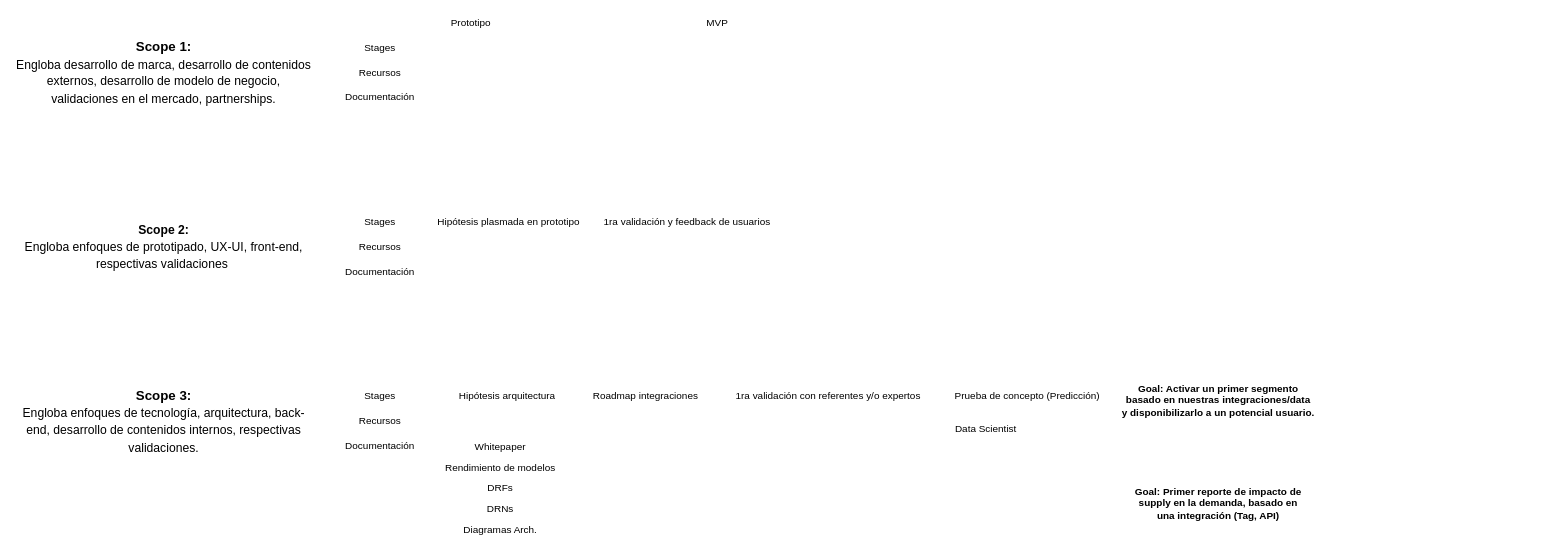
Above: Untitled Diagram.drawio in KidsCorp/KC-ProductDev (draw.io), before the change. Source tidied: cells renumbered, new cells numbered last; positions are measured from the earlier drawing's top-left corner, leaving out a move shared by most shapes. Both pictures are drawn from the tidied source at 83%, with x=0, y=0 at pixel (14, 14).
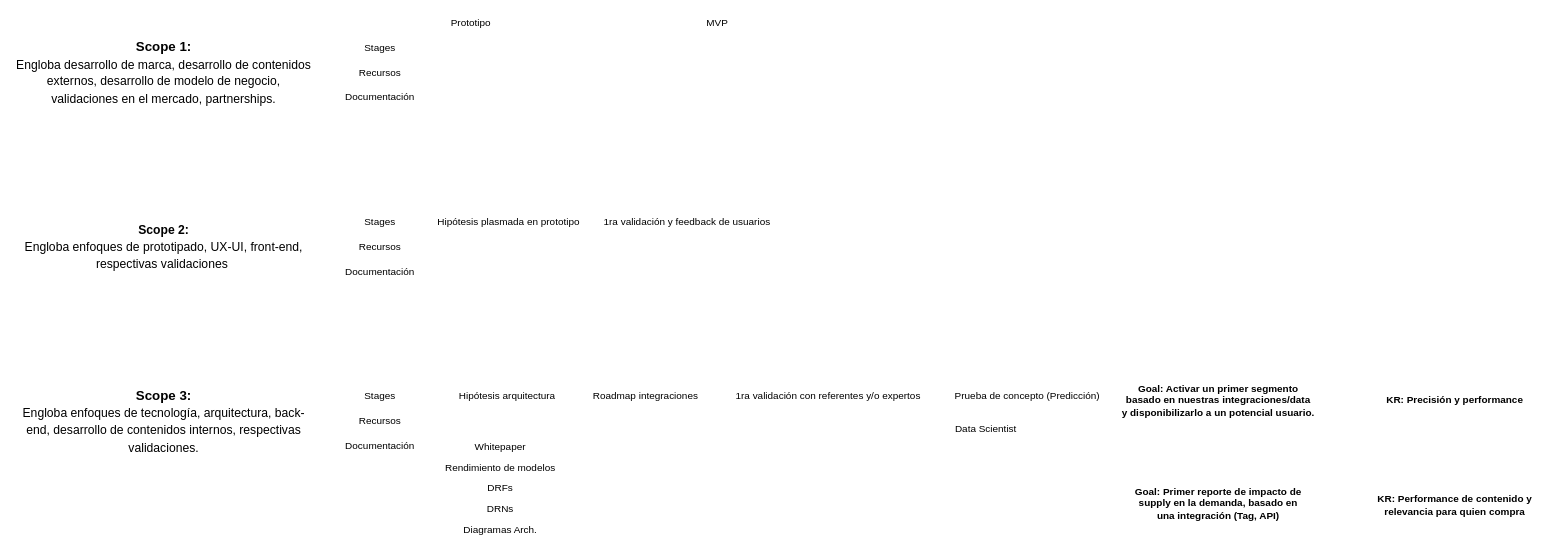
After the change.

Change to the diagram source:
```diff
@@
+    <mxCell id="30" value="&lt;b&gt;KR: Precisión y performance&lt;/b&gt;" style="text;html=1;align=center;verticalAlign=middle;strokeColor=none;" parent="1" vertex="1">
+      <mxGeometry x="1645" y="455" width="180" height="20" as="geometry" />
+    </mxCell>
+    <mxCell id="31" value="&lt;b&gt;KR: Performance de contenido y&lt;br&gt;relevancia para quien compra&lt;/b&gt;" style="text;html=1;align=center;verticalAlign=middle;strokeColor=none;" parent="1" vertex="1">
+      <mxGeometry x="1635" y="576" width="200" height="30" as="geometry" />
+    </mxCell>
```
